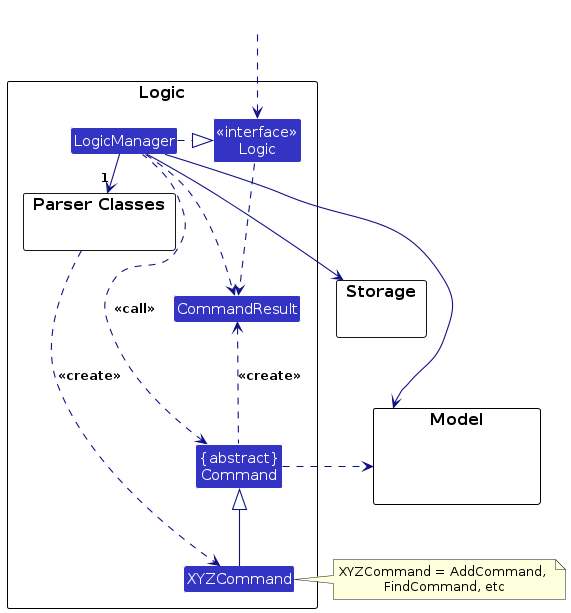
Above: diagrams/LogicClassDiagram.png in AY2627S1-CS2103T-T09-3/tp (PlantUML), before the change. Its source is kept beside it as diagrams/LogicClassDiagram.puml.
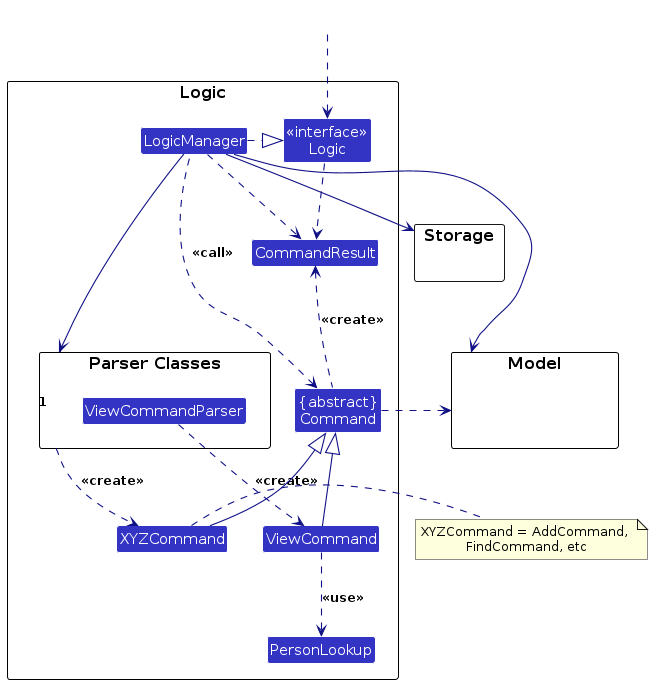
After the change.

Diff of the diagram source:
```diff
@@ -7,8 +7,11 @@
 package Logic as LogicPackage {
 
 package "Parser Classes" as ParserClasses{
+Class ViewCommandParser
 }
 Class XYZCommand
+Class ViewCommand
+Class PersonLookup
 Class CommandResult
 Class "{abstract}\nCommand" as Command
 
@@ -31,6 +34,9 @@
 LogicManager -right->"1" ParserClasses
 ParserClasses ..> XYZCommand : <<create>>
 
+ViewCommandParser ..> ViewCommand : <<create>>
+ViewCommand -up-|> Command
+ViewCommand ..> PersonLookup : <<use>>
 XYZCommand -up-|> Command
 LogicManager .left.> Command : <<call>>
 
```
